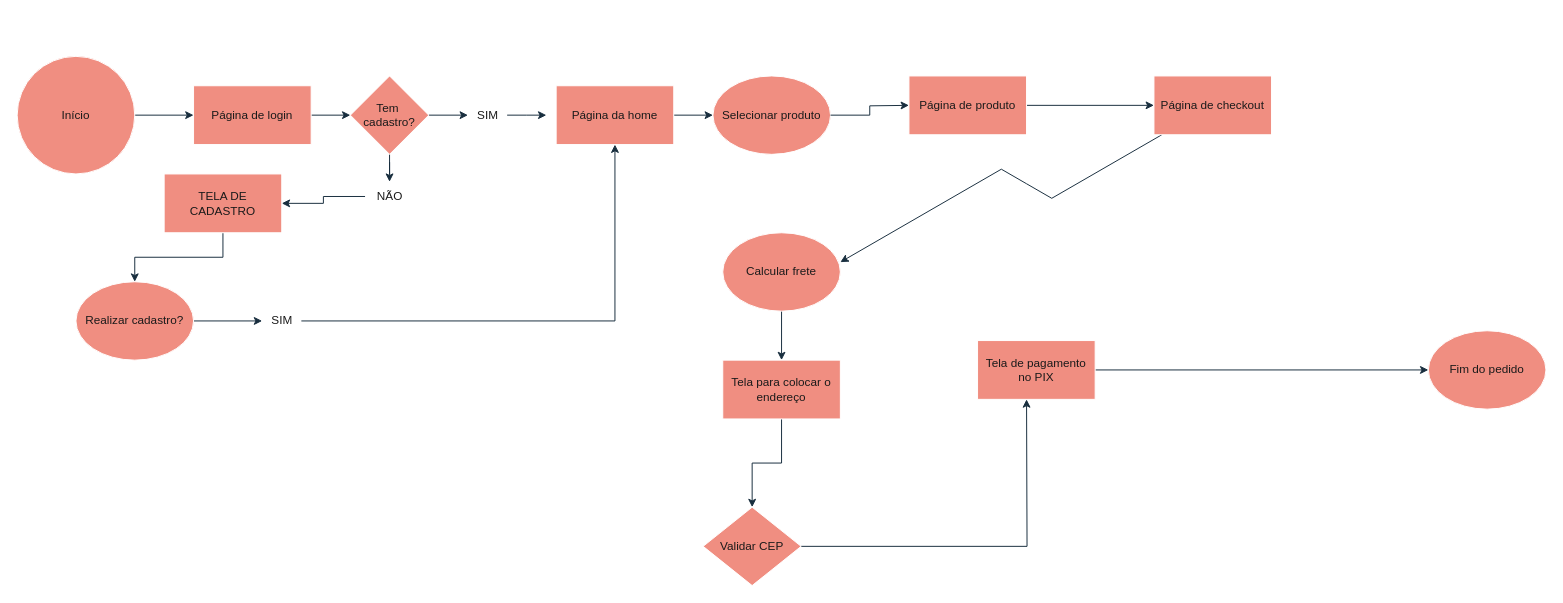
The draw.io diagram Diagrama sem nome.drawio in murilosouzza/Userflow, before the edit. Source tidied: cells renumbered, new cells numbered last; positions are measured from the earlier drawing's top-left corner, leaving out a move shared by most shapes. Both pictures are drawn from the tidied source at 98%, with x=0, y=0 at pixel (17, 56).
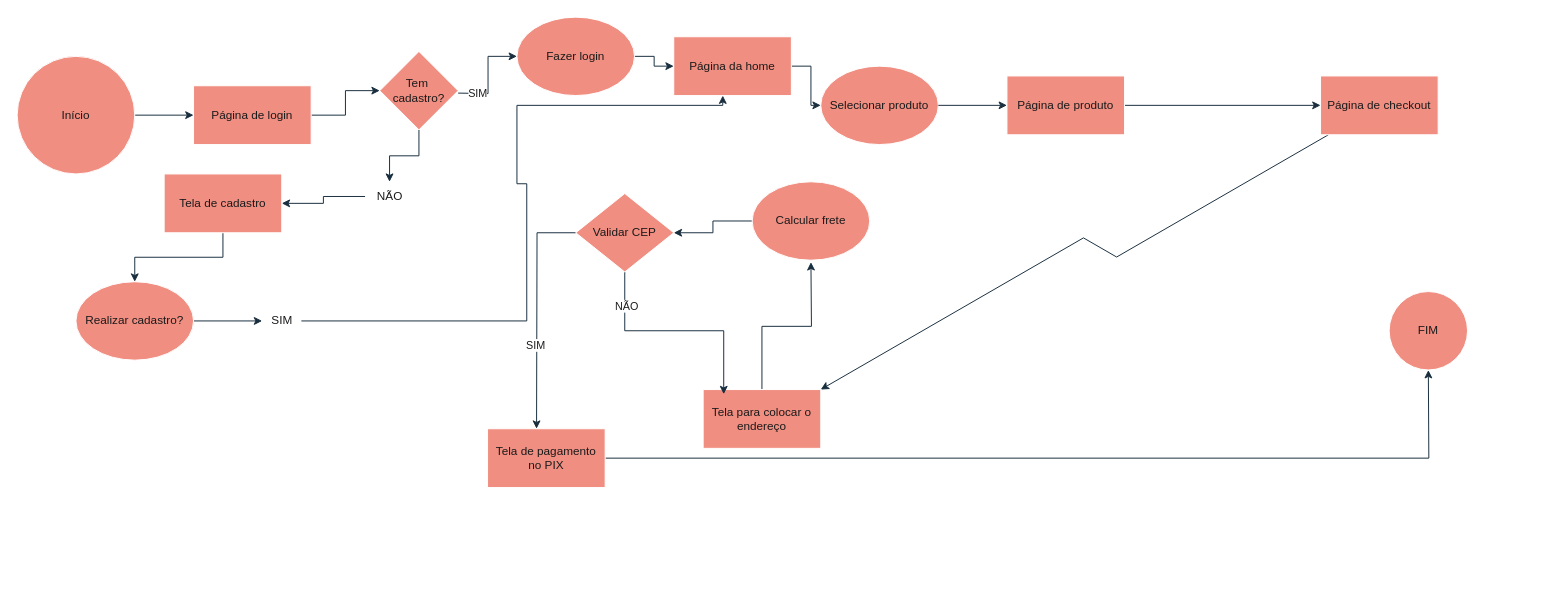
After the change.

Unchanged cells that the change refers to:
```xml
<mxCell id="35" value="SIM" style="text;html=1;align=center;verticalAlign=middle;points=[];strokeColor=none;fillColor=none;labelBackgroundColor=none;fontColor=#1A1A1A;" parent="1" vertex="1">
  <mxGeometry x="250" y="255" width="40" height="30" as="geometry" />
</mxCell>
```

Change to the diagram source:
```diff
@@
-    <mxCell id="7" style="edgeStyle=orthogonalEdgeStyle;rounded=0;jettySize=auto;html=1;labelBackgroundColor=none;strokeColor=#182E3E;fontColor=default;" parent="1" edge="1" source="8" target="12">
-      <mxGeometry relative="1" as="geometry" />
-    </mxCell>
     <mxCell id="8" value="Tem&amp;nbsp;&lt;div&gt;cadastro?&lt;/div&gt;" style="rhombus;whiteSpace=wrap;html=1;labelBackgroundColor=none;fillColor=#F08E81;strokeColor=#FFFFFF;fontColor=#1A1A1A;" parent="1" vertex="1">
-      <mxGeometry x="340" y="20" width="80" height="80" as="geometry" />
+      <mxGeometry x="370" y="-5" width="80" height="80" as="geometry" />
     </mxCell>
@@
-    <mxCell id="11" style="edgeStyle=orthogonalEdgeStyle;rounded=0;jettySize=auto;html=1;labelBackgroundColor=none;strokeColor=#182E3E;fontColor=default;" parent="1" edge="1" source="12">
-      <mxGeometry relative="1" as="geometry">
-        <mxPoint x="540" y="60" as="targetPoint" />
-      </mxGeometry>
+    <mxCell id="11" style="edgeStyle=orthogonalEdgeStyle;rounded=0;jettySize=auto;html=1;labelBackgroundColor=none;strokeColor=#182E3E;fontColor=default;entryX=0;entryY=0.5;entryDx=0;entryDy=0;" parent="1" edge="1" source="40" target="16">
+      <mxGeometry relative="1" as="geometry" />
     </mxCell>
-    <mxCell id="12" value="SIM" style="text;html=1;align=center;verticalAlign=middle;points=[];strokeColor=none;fillColor=none;labelBackgroundColor=none;fontColor=#1A1A1A;" parent="1" vertex="1">
-      <mxGeometry x="460" y="45" width="40" height="30" as="geometry" />
-    </mxCell>
@@
-    <mxCell id="14" value="TELA DE CADASTRO" style="rounded=0;whiteSpace=wrap;html=1;labelBackgroundColor=none;fillColor=#F08E81;strokeColor=#FFFFFF;fontColor=#1A1A1A;" parent="1" vertex="1">
+    <mxCell id="14" value="Tela de cadastro" style="rounded=0;whiteSpace=wrap;html=1;labelBackgroundColor=none;fillColor=#F08E81;strokeColor=#FFFFFF;fontColor=#1A1A1A;" parent="1" vertex="1">
       <mxGeometry x="150" y="120" width="120" height="60" as="geometry" />
     </mxCell>
@@
     <mxCell id="16" value="Página da home" style="rounded=0;whiteSpace=wrap;html=1;labelBackgroundColor=none;fillColor=#F08E81;strokeColor=#FFFFFF;fontColor=#1A1A1A;" parent="1" vertex="1">
-      <mxGeometry x="550" y="30" width="120" height="60" as="geometry" />
+      <mxGeometry x="670" y="-20" width="120" height="60" as="geometry" />
     </mxCell>
     <mxCell id="17" value="Selecionar produto" style="ellipse;whiteSpace=wrap;html=1;labelBackgroundColor=none;fillColor=#F08E81;strokeColor=#FFFFFF;fontColor=#1A1A1A;" parent="1" vertex="1">
-      <mxGeometry x="710" y="20" width="120" height="80" as="geometry" />
+      <mxGeometry x="820" y="10" width="120" height="80" as="geometry" />
     </mxCell>
-    <mxCell id="18" style="edgeStyle=isometricEdgeStyle;rounded=0;jettySize=auto;html=1;entryX=1;entryY=0.5;entryDx=0;entryDy=0;labelBackgroundColor=none;strokeColor=#182E3E;fontColor=default;" parent="1" edge="1" source="19">
-      <mxGeometry relative="1" as="geometry">
-        <mxPoint x="840" y="210" as="targetPoint" />
-      </mxGeometry>
+    <mxCell id="18" style="edgeStyle=isometricEdgeStyle;rounded=0;jettySize=auto;html=1;labelBackgroundColor=none;strokeColor=#182E3E;fontColor=default;entryX=1;entryY=0;entryDx=0;entryDy=0;" parent="1" edge="1" source="19" target="24">
+      <mxGeometry relative="1" as="geometry" />
     </mxCell>
     <mxCell id="19" value="Página de checkout" style="rounded=0;whiteSpace=wrap;html=1;labelBackgroundColor=none;fillColor=#F08E81;strokeColor=#FFFFFF;fontColor=#1A1A1A;" parent="1" vertex="1">
-      <mxGeometry x="1160" y="20" width="120" height="60" as="geometry" />
+      <mxGeometry x="1330" y="20" width="120" height="60" as="geometry" />
     </mxCell>
-    <mxCell id="20" style="edgeStyle=orthogonalEdgeStyle;rounded=0;jettySize=auto;html=1;labelBackgroundColor=none;strokeColor=#182E3E;fontColor=default;" parent="1" edge="1" source="21" target="24">
-      <mxGeometry relative="1" as="geometry" />
-    </mxCell>
+    <mxCell id="36" style="edgeStyle=orthogonalEdgeStyle;rounded=0;jettySize=auto;html=1;strokeColor=#182E3E;fontColor=#1A1A1A;" parent="1" edge="1" source="21" target="33">
+      <mxGeometry relative="1" as="geometry" />
+    </mxCell>
     <mxCell id="21" value="Calcular frete" style="ellipse;whiteSpace=wrap;html=1;labelBackgroundColor=none;fillColor=#F08E81;strokeColor=#FFFFFF;fontColor=#1A1A1A;" parent="1" vertex="1">
-      <mxGeometry x="720" y="180" width="120" height="80" as="geometry" />
+      <mxGeometry x="750" y="128" width="120" height="80" as="geometry" />
     </mxCell>
-    <mxCell id="22" value="Fim do pedido" style="ellipse;whiteSpace=wrap;html=1;labelBackgroundColor=none;fillColor=#F08E81;strokeColor=#FFFFFF;fontColor=#1A1A1A;" parent="1" vertex="1">
-      <mxGeometry x="1440" y="280" width="120" height="80" as="geometry" />
-    </mxCell>
-    <mxCell id="23" style="edgeStyle=orthogonalEdgeStyle;rounded=0;jettySize=auto;html=1;labelBackgroundColor=none;strokeColor=#182E3E;fontColor=default;" parent="1" edge="1" source="24" target="33">
-      <mxGeometry relative="1" as="geometry" />
-    </mxCell>
+    <mxCell id="37" style="edgeStyle=orthogonalEdgeStyle;rounded=0;jettySize=auto;html=1;strokeColor=#182E3E;fontColor=#1A1A1A;" parent="1" edge="1" source="24">
+      <mxGeometry relative="1" as="geometry">
+        <mxPoint x="810" y="210" as="targetPoint" />
+      </mxGeometry>
+    </mxCell>
     <mxCell id="24" value="Tela para colocar o endereço" style="rounded=0;whiteSpace=wrap;html=1;labelBackgroundColor=none;fillColor=#F08E81;strokeColor=#FFFFFF;fontColor=#1A1A1A;" parent="1" vertex="1">
-      <mxGeometry x="720" y="310" width="120" height="60" as="geometry" />
+      <mxGeometry x="700" y="340" width="120" height="60" as="geometry" />
     </mxCell>
-    <mxCell id="25" style="edgeStyle=orthogonalEdgeStyle;rounded=0;jettySize=auto;html=1;labelBackgroundColor=none;strokeColor=#182E3E;fontColor=default;" parent="1" edge="1" source="26" target="22">
-      <mxGeometry relative="1" as="geometry" />
+    <mxCell id="25" style="edgeStyle=orthogonalEdgeStyle;rounded=0;jettySize=auto;html=1;labelBackgroundColor=none;strokeColor=#182E3E;fontColor=default;" parent="1" edge="1" source="26">
+      <mxGeometry relative="1" as="geometry">
+        <mxPoint x="1440" y="320.1" as="targetPoint" />
+      </mxGeometry>
     </mxCell>
     <mxCell id="26" value="Tela de pagamento no PIX" style="rounded=0;whiteSpace=wrap;html=1;labelBackgroundColor=none;fillColor=#F08E81;strokeColor=#FFFFFF;fontColor=#1A1A1A;" parent="1" vertex="1">
-      <mxGeometry x="980" y="290" width="120" height="60" as="geometry" />
+      <mxGeometry x="480" y="380" width="120" height="60" as="geometry" />
     </mxCell>
@@
-    <mxCell id="29" style="edgeStyle=orthogonalEdgeStyle;rounded=0;jettySize=auto;html=1;labelBackgroundColor=none;strokeColor=#182E3E;fontColor=default;" parent="1" edge="1" source="17">
-      <mxGeometry relative="1" as="geometry">
-        <mxPoint x="910" y="50" as="targetPoint" />
-      </mxGeometry>
+    <mxCell id="29" style="edgeStyle=orthogonalEdgeStyle;rounded=0;jettySize=auto;html=1;labelBackgroundColor=none;strokeColor=#182E3E;fontColor=default;entryX=0;entryY=0.5;entryDx=0;entryDy=0;" parent="1" edge="1" source="17" target="31">
+      <mxGeometry relative="1" as="geometry" />
     </mxCell>
@@
     <mxCell id="31" value="Página de produto" style="rounded=0;whiteSpace=wrap;html=1;labelBackgroundColor=none;fillColor=#F08E81;strokeColor=#FFFFFF;fontColor=#1A1A1A;" parent="1" vertex="1">
-      <mxGeometry x="910" y="20" width="120" height="60" as="geometry" />
+      <mxGeometry x="1010" y="20" width="120" height="60" as="geometry" />
     </mxCell>
-    <mxCell id="32" style="edgeStyle=orthogonalEdgeStyle;rounded=0;jettySize=auto;html=1;entryX=0.5;entryY=1;entryDx=0;entryDy=0;labelBackgroundColor=none;strokeColor=#182E3E;fontColor=default;" parent="1" edge="1" source="33">
-      <mxGeometry relative="1" as="geometry">
-        <mxPoint x="1030" y="350" as="targetPoint" />
-      </mxGeometry>
-    </mxCell>
-    <mxCell id="33" value="Validar CEP" style="rhombus;whiteSpace=wrap;html=1;labelBackgroundColor=none;fillColor=#F08E81;strokeColor=#FFFFFF;fontColor=#1A1A1A;" parent="1" vertex="1">
-      <mxGeometry x="700" y="460" width="100" height="80" as="geometry" />
-    </mxCell>
-    <mxCell id="34" style="edgeStyle=orthogonalEdgeStyle;rounded=0;jettySize=auto;html=1;entryX=0.5;entryY=1;entryDx=0;entryDy=0;labelBackgroundColor=none;strokeColor=#182E3E;fontColor=default;" parent="1" edge="1" source="35" target="16">
-      <mxGeometry relative="1" as="geometry" />
+    <mxCell id="34" style="edgeStyle=orthogonalEdgeStyle;rounded=0;jettySize=auto;html=1;strokeColor=#182E3E;fontColor=#1A1A1A;entryX=0.417;entryY=1;entryDx=0;entryDy=0;entryPerimeter=0;" parent="1" edge="1" source="35" target="16">
+      <mxGeometry relative="1" as="geometry">
+        <Array as="points">
+          <mxPoint x="520" y="270" />
+          <mxPoint x="520" y="130" />
+          <mxPoint x="510" y="130" />
+          <mxPoint x="510" y="50" />
+          <mxPoint x="720" y="50" />
+        </Array>
+      </mxGeometry>
     </mxCell>
@@
+    <mxCell id="38" style="edgeStyle=orthogonalEdgeStyle;rounded=0;jettySize=auto;html=1;labelBackgroundColor=none;strokeColor=#182E3E;fontColor=default;entryX=0;entryY=0.5;entryDx=0;entryDy=0;" parent="1" edge="1" target="40">
+      <mxGeometry relative="1" as="geometry">
+        <mxPoint x="450" y="37.5" as="sourcePoint" />
+      </mxGeometry>
+    </mxCell>
+    <mxCell id="39" value="SIM" style="edgeLabel;html=1;align=center;verticalAlign=middle;strokeColor=#FFFFFF;fontColor=#1A1A1A;fillColor=#F08E81;" parent="38" vertex="1">
+      <mxGeometry x="-0.59" relative="1" as="geometry" />
+    </mxCell>
+    <mxCell id="40" value="Fazer login" style="ellipse;whiteSpace=wrap;html=1;strokeColor=#FFFFFF;fontColor=#1A1A1A;fillColor=#F08E81;" parent="1" vertex="1">
+      <mxGeometry x="510" y="-40" width="120" height="80" as="geometry" />
+    </mxCell>
+    <mxCell id="41" value="FIM" style="ellipse;whiteSpace=wrap;html=1;strokeColor=#FFFFFF;fontColor=#1A1A1A;fillColor=#F08E81;" parent="1" vertex="1">
+      <mxGeometry x="1400" y="240" width="80" height="80" as="geometry" />
+    </mxCell>
+    <mxCell id="42" style="edgeStyle=orthogonalEdgeStyle;rounded=0;jettySize=auto;html=1;strokeColor=#182E3E;fontColor=#1A1A1A;" parent="1" edge="1" source="33">
+      <mxGeometry relative="1" as="geometry">
+        <mxPoint x="530" y="380" as="targetPoint" />
+      </mxGeometry>
+    </mxCell>
+    <mxCell id="43" value="SIM" style="edgeLabel;html=1;align=center;verticalAlign=middle;strokeColor=#FFFFFF;fontColor=#1A1A1A;fillColor=#F08E81;" parent="42" vertex="1">
+      <mxGeometry x="0.29" y="-2" relative="1" as="geometry" />
+    </mxCell>
+    <mxCell id="44" style="edgeStyle=orthogonalEdgeStyle;rounded=0;jettySize=auto;html=1;exitX=0.5;exitY=1;exitDx=0;exitDy=0;strokeColor=#182E3E;fontColor=#1A1A1A;entryX=0.175;entryY=0.079;entryDx=0;entryDy=0;entryPerimeter=0;" parent="1" edge="1" source="33" target="24">
+      <mxGeometry relative="1" as="geometry" />
+    </mxCell>
+    <mxCell id="45" value="NÃO" style="edgeLabel;html=1;align=center;verticalAlign=middle;strokeColor=#FFFFFF;fontColor=#1A1A1A;fillColor=#F08E81;" parent="44" vertex="1">
+      <mxGeometry x="-0.7" y="1" relative="1" as="geometry" />
+    </mxCell>
+    <mxCell id="33" value="Validar CEP" style="rhombus;whiteSpace=wrap;html=1;labelBackgroundColor=none;fillColor=#F08E81;strokeColor=#FFFFFF;fontColor=#1A1A1A;" parent="1" vertex="1">
+      <mxGeometry x="570" y="140" width="100" height="80" as="geometry" />
+    </mxCell>
```
